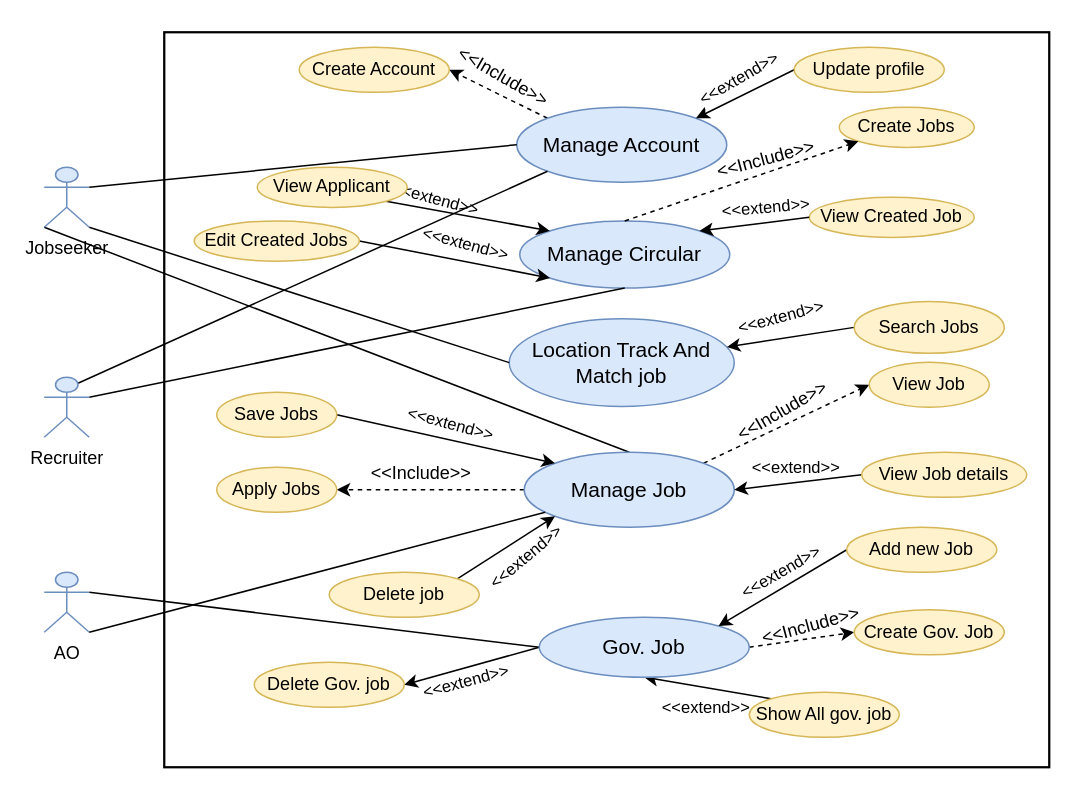
The draw.io diagram page "Page-2" (2 of 10) of public/uploads/Untitled Diagram.drawio in musaddak7/jobportalbd, before the edit. Source tidied: cells renumbered, new cells numbered last; positions are measured from the earlier drawing's top-left corner, leaving out a move shared by most shapes. Both pictures are drawn from the tidied source at 150%, with x=0, y=0 at pixel (44, 32).
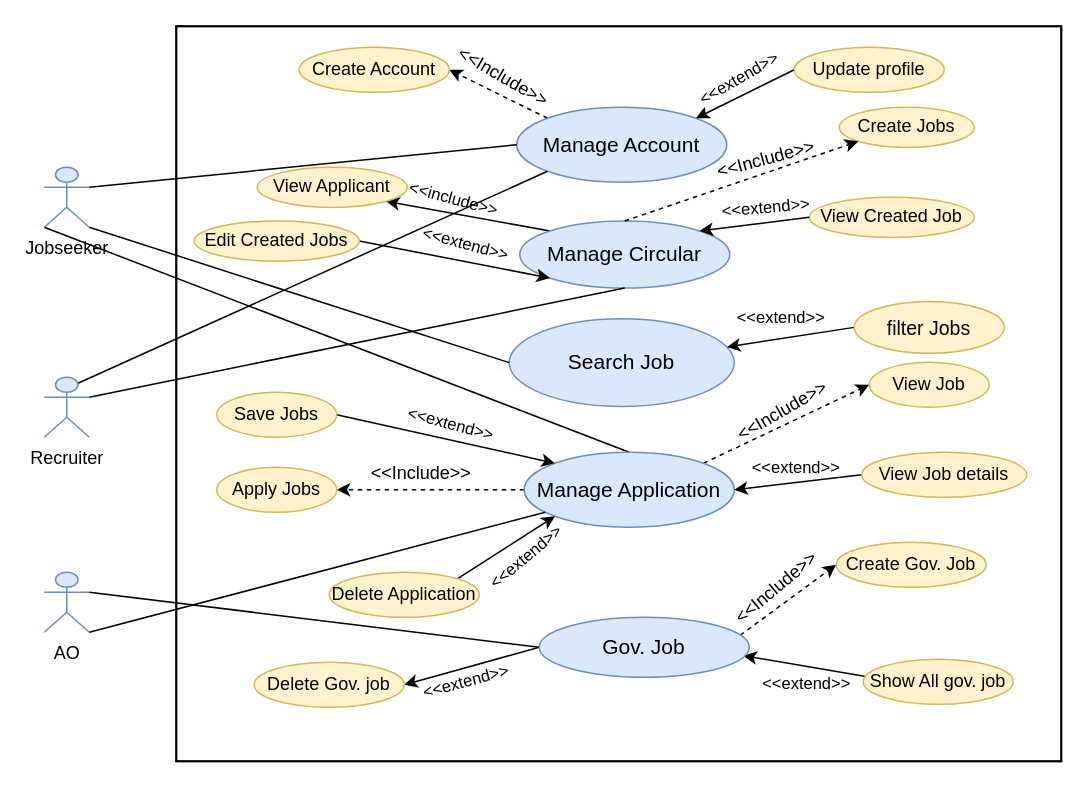
Above is the later version.

Unchanged cells that the change refers to:
```xml
<mxCell id="3" style="rounded=0;jettySize=auto;html=1;exitX=0;exitY=0;exitDx=0;exitDy=0;entryX=1;entryY=0.5;entryDx=0;entryDy=0;dashed=1;" parent="1" edge="1" source="9" target="23">
  <mxGeometry relative="1" as="geometry" />
</mxCell>
<mxCell id="10" style="rounded=0;jettySize=auto;html=1;exitX=0;exitY=0.5;exitDx=0;exitDy=0;entryX=1;entryY=0;entryDx=0;entryDy=0;" parent="1" edge="1" source="22" target="9">
  <mxGeometry relative="1" as="geometry" />
</mxCell>
<mxCell id="24" style="group;" parent="1" vertex="1">
  <mxGeometry x="122" y="90" width="518" height="170" as="geometry" />
</mxCell>
<mxCell id="25" value="&lt;font style=&quot;font-size: 14px;&quot;&gt;Manage Circular&lt;br&gt;&lt;/font&gt;" style="ellipse;whiteSpace=wrap;html=1;fillColor=#dae8fc;strokeColor=#6c8ebf;" parent="24" vertex="1">
  <mxGeometry x="195" y="35.8" width="140" height="44.7" as="geometry" />
</mxCell>
<mxCell id="27" value="View Applicant" style="ellipse;whiteSpace=wrap;html=1;fillColor=#fff2cc;strokeColor=#d6b656;" parent="24" vertex="1">
  <mxGeometry x="20" width="100" height="26.8" as="geometry" />
</mxCell>
<mxCell id="30" style="group;" parent="24" vertex="1">
  <mxGeometry x="198" y="89.5" width="320" height="80.5" as="geometry" />
</mxCell>
<mxCell id="52" value="&lt;font style=&quot;font-size: 14px;&quot;&gt;Gov. Job&lt;font style=&quot;font-size: 14px;&quot;&gt;&lt;br&gt;&lt;/font&gt;&lt;/font&gt;" style="ellipse;whiteSpace=wrap;html=1;fillColor=#dae8fc;strokeColor=#6c8ebf;" parent="1" vertex="1">
  <mxGeometry x="330" y="390" width="140" height="40" as="geometry" />
</mxCell>
<mxCell id="57" style="group;" parent="1" vertex="1">
  <mxGeometry x="115" y="220" width="540" height="110" as="geometry" />
</mxCell>
```

What changed in the source:
```diff
@@
     <mxCell id="2" style="rounded=0;whiteSpace=wrap;html=1;fillColor=none;strokeWidth=1.5;" parent="1" vertex="1">
-      <mxGeometry x="80" width="590" height="490" as="geometry" />
+      <mxGeometry x="88" y="-4" width="590" height="490" as="geometry" />
     </mxCell>
@@
-    <mxCell id="8" value="&lt;font style=&quot;font-size: 12px;&quot;&gt;&amp;lt;&amp;lt;Include&amp;gt;&amp;gt;&lt;/font&gt;" style="edgeLabel;html=1;align=center;verticalAlign=middle;rotation=-15;" parent="3" vertex="1">
+    <mxCell id="8" value="&lt;font style=&quot;font-size: 12px;&quot;&gt;&amp;lt;&amp;lt;Include&amp;gt;&amp;gt;&lt;/font&gt;" style="edgeLabel;html=1;align=center;verticalAlign=middle;rotation=-40;" parent="3" vertex="1">
       <mxGeometry x="0.07" y="1" relative="1" as="geometry">
-        <mxPoint x="210" y="355" as="offset" />
+        <mxPoint x="187" y="330" as="offset" />
       </mxGeometry>
     </mxCell>
@@
-    <mxCell id="13" value="&amp;lt;&amp;lt;extend&amp;gt;&amp;gt;" style="edgeLabel;html=1;align=center;verticalAlign=middle;rotation=15;" parent="10" vertex="1">
+    <mxCell id="13" value="&amp;lt;&amp;lt;include&amp;gt;&amp;gt;" style="edgeLabel;html=1;align=center;verticalAlign=middle;rotation=15;" parent="10" vertex="1">
       <mxGeometry x="0.03" y="-1" relative="1" as="geometry">
-        <mxPoint x="-205" y="69" as="offset" />
+        <mxPoint x="-193" y="69" as="offset" />
       </mxGeometry>
     </mxCell>
@@
-    <mxCell id="15" value="&amp;lt;&amp;lt;extend&amp;gt;&amp;gt;" style="edgeLabel;html=1;align=center;verticalAlign=middle;rotation=-15;" parent="10" vertex="1">
+    <mxCell id="15" value="&amp;lt;&amp;lt;extend&amp;gt;&amp;gt;" style="edgeLabel;html=1;align=center;verticalAlign=middle;rotation=0;" parent="10" vertex="1">
       <mxGeometry x="0.03" y="-1" relative="1" as="geometry">
         <mxPoint x="25" y="149" as="offset" />
       </mxGeometry>
     </mxCell>
@@
-    <mxCell id="18" value="&amp;lt;&amp;lt;extend&amp;gt;&amp;gt;" style="edgeLabel;html=1;align=center;verticalAlign=middle;rotation=-30;" parent="10" vertex="1">
-      <mxGeometry x="0.03" y="-1" relative="1" as="geometry">
-        <mxPoint x="25" y="319" as="offset" />
-      </mxGeometry>
-    </mxCell>
     <mxCell id="19" value="&amp;lt;&amp;lt;extend&amp;gt;&amp;gt;" style="edgeLabel;html=1;align=center;verticalAlign=middle;rotation=0;" parent="10" vertex="1">
       <mxGeometry x="0.03" y="-1" relative="1" as="geometry">
-        <mxPoint x="-25" y="409" as="offset" />
+        <mxPoint x="42" y="393" as="offset" />
       </mxGeometry>
     </mxCell>
@@
+    <mxCell id="70" style="rounded=0;jettySize=auto;html=1;exitX=0;exitY=0;exitDx=0;exitDy=0;entryX=1;entryY=1;entryDx=0;entryDy=0;" parent="24" edge="1" source="25" target="27">
+      <mxGeometry relative="1" as="geometry" />
+    </mxCell>
@@
-    <mxCell id="26" style="rounded=0;jettySize=auto;html=1;exitX=1;exitY=1;exitDx=0;exitDy=0;entryX=0;entryY=0;entryDx=0;entryDy=0;" parent="24" edge="1" source="27" target="25">
-      <mxGeometry relative="1" as="geometry" />
-    </mxCell>
@@
-    <mxCell id="31" value="&lt;font style=&quot;font-size: 14px;&quot;&gt;Location Track And Match job&lt;br&gt;&lt;/font&gt;" style="ellipse;whiteSpace=wrap;html=1;fillColor=#dae8fc;strokeColor=#6c8ebf;" parent="30" vertex="1">
+    <mxCell id="31" value="&lt;font style=&quot;font-size: 14px;&quot;&gt;Search Job&lt;font style=&quot;font-size: 14px;&quot;&gt;&lt;br&gt;&lt;/font&gt;&lt;/font&gt;" style="ellipse;whiteSpace=wrap;html=1;fillColor=#dae8fc;strokeColor=#6c8ebf;" parent="30" vertex="1">
       <mxGeometry x="-10" y="11.5" width="150" height="58.5" as="geometry" />
     </mxCell>
@@
-    <mxCell id="33" value="Search Jobs" style="ellipse;whiteSpace=wrap;html=1;fillColor=#fff2cc;strokeColor=#d6b656;" parent="30" vertex="1">
+    <mxCell id="33" value="&lt;font style=&quot;font-size: 13px;&quot;&gt;filter Jobs&lt;/font&gt;" style="ellipse;whiteSpace=wrap;html=1;fillColor=#fff2cc;strokeColor=#d6b656;" parent="30" vertex="1">
       <mxGeometry x="220" width="100" height="34.5" as="geometry" />
     </mxCell>
@@
-    <mxCell id="48" style="rounded=0;jettySize=auto;html=1;exitX=0;exitY=0;exitDx=0;exitDy=0;entryX=0.5;entryY=1;entryDx=0;entryDy=0;" parent="1" edge="1" source="49" target="52">
-      <mxGeometry relative="1" as="geometry" />
+    <mxCell id="48" style="rounded=0;orthogonalLoop=1;jettySize=auto;html=1;exitX=0;exitY=0;exitDx=0;exitDy=0;entryX=0.5;entryY=1;entryDx=0;entryDy=0;" parent="1" edge="1">
+      <mxGeometry relative="1" as="geometry">
+        <mxPoint x="550.6" y="430" as="sourcePoint" />
+        <mxPoint x="466" y="415.6" as="targetPoint" />
+      </mxGeometry>
     </mxCell>
     <mxCell id="49" value="Show All gov. job" style="ellipse;whiteSpace=wrap;html=1;fillColor=#fff2cc;strokeColor=#d6b656;" parent="1" vertex="1">
-      <mxGeometry x="470" y="440" width="100" height="30" as="geometry" />
+      <mxGeometry x="546" y="418" width="100" height="30" as="geometry" />
     </mxCell>
@@
-    <mxCell id="51" style="rounded=0;jettySize=auto;html=1;exitX=1;exitY=0.5;exitDx=0;exitDy=0;entryX=0;entryY=0.5;entryDx=0;entryDy=0;dashed=1;" parent="1" edge="1" source="52" target="56">
+    <mxCell id="51" style="rounded=0;jettySize=auto;html=1;exitX=0.957;exitY=0.3;exitDx=0;exitDy=0;entryX=0;entryY=0.5;entryDx=0;entryDy=0;dashed=1;exitPerimeter=0;" parent="1" edge="1" source="52" target="56">
       <mxGeometry relative="1" as="geometry" />
     </mxCell>
@@
-    <mxCell id="53" style="rounded=0;jettySize=auto;html=1;exitX=0;exitY=0.5;exitDx=0;exitDy=0;entryX=1;entryY=0;entryDx=0;entryDy=0;" parent="1" edge="1" source="54" target="52">
-      <mxGeometry relative="1" as="geometry" />
-    </mxCell>
-    <mxCell id="54" value="Add new Job" style="ellipse;whiteSpace=wrap;html=1;fillColor=#fff2cc;strokeColor=#d6b656;" parent="1" vertex="1">
-      <mxGeometry x="535" y="330" width="100" height="30" as="geometry" />
-    </mxCell>
@@
     <mxCell id="56" value="Create Gov. Job" style="ellipse;whiteSpace=wrap;html=1;fillColor=#fff2cc;strokeColor=#d6b656;" parent="1" vertex="1">
-      <mxGeometry x="540" y="385" width="100" height="30" as="geometry" />
+      <mxGeometry x="528" y="340" width="100" height="30" as="geometry" />
     </mxCell>
@@
-    <mxCell id="60" value="&lt;font style=&quot;font-size: 14px;&quot;&gt;Manage Job&lt;/font&gt;" style="ellipse;whiteSpace=wrap;html=1;fillColor=#dae8fc;strokeColor=#6c8ebf;" parent="57" vertex="1">
+    <mxCell id="60" value="&lt;font style=&quot;font-size: 14px;&quot;&gt;Manage Application&lt;br&gt;&lt;/font&gt;" style="ellipse;whiteSpace=wrap;html=1;fillColor=#dae8fc;strokeColor=#6c8ebf;" parent="57" vertex="1">
       <mxGeometry x="205" y="60" width="140" height="50" as="geometry" />
     </mxCell>
@@
-    <mxCell id="69" value="Delete job" style="ellipse;whiteSpace=wrap;html=1;fillColor=#fff2cc;strokeColor=#d6b656;" parent="1" vertex="1">
+    <mxCell id="69" value="Delete Application" style="ellipse;whiteSpace=wrap;html=1;fillColor=#fff2cc;strokeColor=#d6b656;" parent="1" vertex="1">
       <mxGeometry x="190" y="360" width="100" height="30" as="geometry" />
     </mxCell>
```
